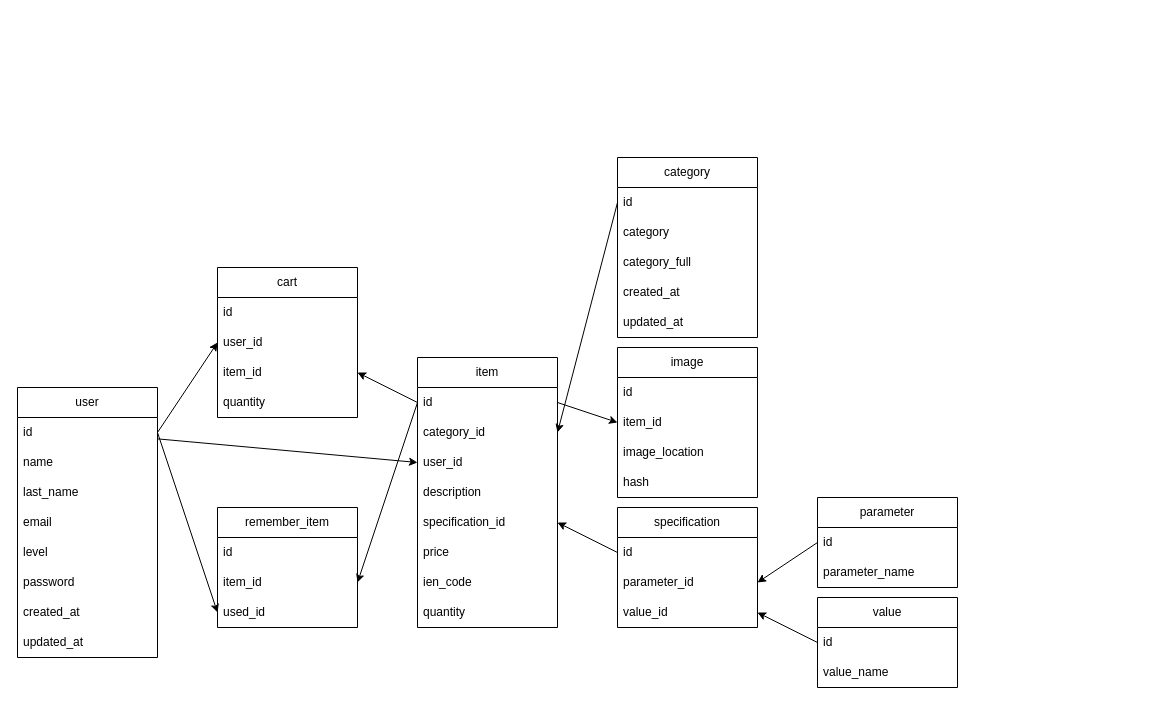
Earlier version of the draw.io diagram drawio/db.drawio (AugustasPauzas/BD1). Source tidied: cells renumbered, new cells numbered last; positions are measured from the earlier drawing's top-left corner, leaving out a move shared by most shapes. Both pictures are drawn from the tidied source at 100%, with x=0, y=0 at pixel (17, 157).
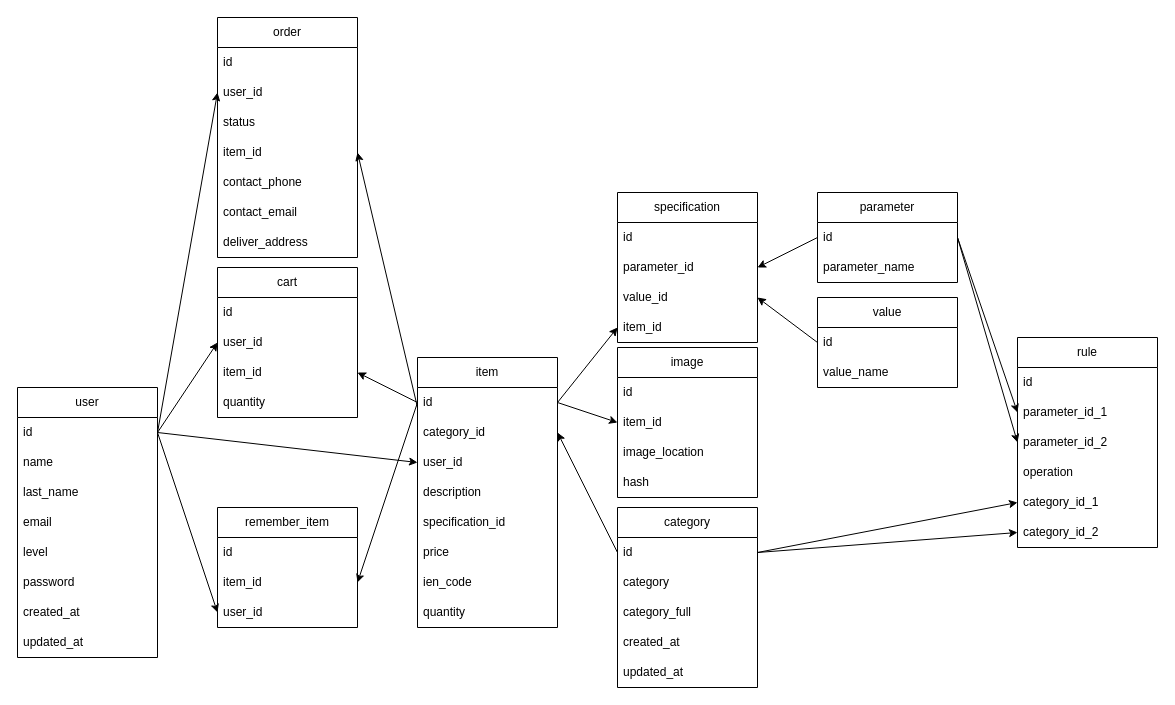
The same page after the edit.

Unchanged cells that the change refers to:
```xml
<mxCell id="3" value="id" style="text;strokeColor=none;fillColor=none;align=left;verticalAlign=middle;spacingLeft=4;spacingRight=4;overflow=hidden;points=[[0,0.5],[1,0.5]];portConstraint=eastwest;whiteSpace=wrap;html=1;" parent="2" vertex="1">
  <mxGeometry y="30" width="140" height="30" as="geometry" />
</mxCell>
<mxCell id="12" value="id" style="text;strokeColor=none;fillColor=none;align=left;verticalAlign=middle;spacingLeft=4;spacingRight=4;overflow=hidden;points=[[0,0.5],[1,0.5]];portConstraint=eastwest;whiteSpace=wrap;html=1;" parent="11" vertex="1">
  <mxGeometry y="30" width="140" height="30" as="geometry" />
</mxCell>
<mxCell id="14" value="user_id" style="text;strokeColor=none;fillColor=none;align=left;verticalAlign=middle;spacingLeft=4;spacingRight=4;overflow=hidden;points=[[0,0.5],[1,0.5]];portConstraint=eastwest;whiteSpace=wrap;html=1;" parent="11" vertex="1">
  <mxGeometry y="90" width="140" height="30" as="geometry" />
</mxCell>
<mxCell id="16" value="specification_id" style="text;strokeColor=none;fillColor=none;align=left;verticalAlign=middle;spacingLeft=4;spacingRight=4;overflow=hidden;points=[[0,0.5],[1,0.5]];portConstraint=eastwest;whiteSpace=wrap;html=1;" parent="11" vertex="1">
  <mxGeometry y="150" width="140" height="30" as="geometry" />
</mxCell>
<mxCell id="21" value="id" style="text;strokeColor=none;fillColor=none;align=left;verticalAlign=middle;spacingLeft=4;spacingRight=4;overflow=hidden;points=[[0,0.5],[1,0.5]];portConstraint=eastwest;whiteSpace=wrap;html=1;" parent="20" vertex="1">
  <mxGeometry y="30" width="140" height="30" as="geometry" />
</mxCell>
<mxCell id="36" value="id" style="text;strokeColor=none;fillColor=none;align=left;verticalAlign=middle;spacingLeft=4;spacingRight=4;overflow=hidden;points=[[0,0.5],[1,0.5]];portConstraint=eastwest;whiteSpace=wrap;html=1;" parent="35" vertex="1">
  <mxGeometry y="30" width="140" height="30" as="geometry" />
</mxCell>
<mxCell id="40" value="id" style="text;strokeColor=none;fillColor=none;align=left;verticalAlign=middle;spacingLeft=4;spacingRight=4;overflow=hidden;points=[[0,0.5],[1,0.5]];portConstraint=eastwest;whiteSpace=wrap;html=1;" parent="39" vertex="1">
  <mxGeometry y="30" width="140" height="30" as="geometry" />
</mxCell>
<mxCell id="48" value="remember_item" style="swimlane;fontStyle=0;horizontal=1;startSize=30;whiteSpace=wrap;html=1;" parent="1" vertex="1">
  <mxGeometry x="200" y="350" width="140" height="120" as="geometry" />
</mxCell>
```

Change to the diagram source:
```diff
@@
     <mxCell id="20" value="category" style="swimlane;fontStyle=0;horizontal=1;startSize=30;whiteSpace=wrap;html=1;" parent="1" vertex="1">
-      <mxGeometry x="600" width="140" height="180" as="geometry" />
+      <mxGeometry x="600" y="350" width="140" height="180" as="geometry" />
     </mxCell>
@@
-    <mxCell id="33" style="edgeStyle=none;html=1;entryX=0;entryY=0.5;entryDx=0;entryDy=0;" parent="1" edge="1" source="3" target="14">
-      <mxGeometry relative="1" as="geometry" />
+    <mxCell id="33" style="edgeStyle=none;html=1;entryX=0;entryY=0.5;entryDx=0;entryDy=0;" parent="1" edge="1" target="14">
+      <mxGeometry relative="1" as="geometry">
+        <mxPoint x="140" y="275" as="sourcePoint" />
+      </mxGeometry>
     </mxCell>
@@
     <mxCell id="35" value="specification" style="swimlane;fontStyle=0;horizontal=1;startSize=30;whiteSpace=wrap;html=1;" parent="1" vertex="1">
-      <mxGeometry x="600" y="350" width="140" height="120" as="geometry" />
+      <mxGeometry x="600" y="35" width="140" height="150" as="geometry" />
     </mxCell>
@@
+    <mxCell id="60" value="item_id" style="text;strokeColor=none;fillColor=none;align=left;verticalAlign=middle;spacingLeft=4;spacingRight=4;overflow=hidden;points=[[0,0.5],[1,0.5]];portConstraint=eastwest;whiteSpace=wrap;html=1;" parent="35" vertex="1">
+      <mxGeometry y="120" width="140" height="30" as="geometry" />
+    </mxCell>
     <mxCell id="39" value="parameter" style="swimlane;fontStyle=0;horizontal=1;startSize=30;whiteSpace=wrap;html=1;" parent="1" vertex="1">
-      <mxGeometry x="800" y="340" width="140" height="90" as="geometry" />
+      <mxGeometry x="800" y="35" width="140" height="90" as="geometry" />
     </mxCell>
@@
     <mxCell id="42" value="value" style="swimlane;fontStyle=0;horizontal=1;startSize=30;whiteSpace=wrap;html=1;" parent="1" vertex="1">
-      <mxGeometry x="800" y="440" width="140" height="90" as="geometry" />
+      <mxGeometry x="800" y="140" width="140" height="90" as="geometry" />
     </mxCell>
@@
-    <mxCell id="47" style="edgeStyle=none;html=1;entryX=1;entryY=0.5;entryDx=0;entryDy=0;exitX=0;exitY=0.5;exitDx=0;exitDy=0;" parent="1" edge="1" source="36" target="16">
-      <mxGeometry relative="1" as="geometry" />
-    </mxCell>
@@
-    <mxCell id="51" value="used_id" style="text;strokeColor=none;fillColor=none;align=left;verticalAlign=middle;spacingLeft=4;spacingRight=4;overflow=hidden;points=[[0,0.5],[1,0.5]];portConstraint=eastwest;whiteSpace=wrap;html=1;" parent="48" vertex="1">
+    <mxCell id="51" value="user_id" style="text;strokeColor=none;fillColor=none;align=left;verticalAlign=middle;spacingLeft=4;spacingRight=4;overflow=hidden;points=[[0,0.5],[1,0.5]];portConstraint=eastwest;whiteSpace=wrap;html=1;" parent="48" vertex="1">
       <mxGeometry y="90" width="140" height="30" as="geometry" />
     </mxCell>
@@
+    <mxCell id="47" style="edgeStyle=none;html=1;entryX=0;entryY=0.5;entryDx=0;entryDy=0;exitX=1;exitY=0.5;exitDx=0;exitDy=0;" parent="1" edge="1" source="12" target="60">
+      <mxGeometry relative="1" as="geometry" />
+    </mxCell>
+    <mxCell id="61" value="order" style="swimlane;fontStyle=0;horizontal=1;startSize=30;whiteSpace=wrap;html=1;" parent="1" vertex="1">
+      <mxGeometry x="200" y="-140" width="140" height="240" as="geometry" />
+    </mxCell>
+    <mxCell id="62" value="id" style="text;strokeColor=none;fillColor=none;align=left;verticalAlign=middle;spacingLeft=4;spacingRight=4;overflow=hidden;whiteSpace=wrap;html=1;" parent="61" vertex="1">
+      <mxGeometry y="30" width="140" height="30" as="geometry" />
+    </mxCell>
+    <mxCell id="63" value="user_id" style="text;strokeColor=none;fillColor=none;align=left;verticalAlign=middle;spacingLeft=4;spacingRight=4;overflow=hidden;points=[[0,0.5],[1,0.5]];portConstraint=eastwest;whiteSpace=wrap;html=1;" parent="61" vertex="1">
+      <mxGeometry y="60" width="140" height="30" as="geometry" />
+    </mxCell>
+    <mxCell id="64" value="status" style="text;strokeColor=none;fillColor=none;align=left;verticalAlign=middle;spacingLeft=4;spacingRight=4;overflow=hidden;whiteSpace=wrap;html=1;" parent="61" vertex="1">
+      <mxGeometry y="90" width="140" height="30" as="geometry" />
+    </mxCell>
+    <mxCell id="65" value="item_id" style="text;strokeColor=none;fillColor=none;align=left;verticalAlign=middle;spacingLeft=4;spacingRight=4;overflow=hidden;points=[[0,0.5],[1,0.5]];portConstraint=eastwest;whiteSpace=wrap;html=1;" parent="61" vertex="1">
+      <mxGeometry y="120" width="140" height="30" as="geometry" />
+    </mxCell>
+    <mxCell id="66" value="contact_phone" style="text;strokeColor=none;fillColor=none;align=left;verticalAlign=middle;spacingLeft=4;spacingRight=4;overflow=hidden;whiteSpace=wrap;html=1;" parent="61" vertex="1">
+      <mxGeometry y="150" width="140" height="30" as="geometry" />
+    </mxCell>
+    <mxCell id="67" value="contact_email" style="text;strokeColor=none;fillColor=none;align=left;verticalAlign=middle;spacingLeft=4;spacingRight=4;overflow=hidden;whiteSpace=wrap;html=1;" parent="61" vertex="1">
+      <mxGeometry y="180" width="140" height="30" as="geometry" />
+    </mxCell>
+    <mxCell id="68" value="deliver_address" style="text;strokeColor=none;fillColor=none;align=left;verticalAlign=middle;spacingLeft=4;spacingRight=4;overflow=hidden;whiteSpace=wrap;html=1;" parent="61" vertex="1">
+      <mxGeometry y="210" width="140" height="30" as="geometry" />
+    </mxCell>
+    <mxCell id="69" value="rule" style="swimlane;fontStyle=0;horizontal=1;startSize=30;whiteSpace=wrap;html=1;" parent="1" vertex="1">
+      <mxGeometry x="1000" y="180" width="140" height="210" as="geometry" />
+    </mxCell>
+    <mxCell id="70" value="id" style="text;strokeColor=none;fillColor=none;align=left;verticalAlign=middle;spacingLeft=4;spacingRight=4;overflow=hidden;whiteSpace=wrap;html=1;" parent="69" vertex="1">
+      <mxGeometry y="30" width="140" height="30" as="geometry" />
+    </mxCell>
+    <mxCell id="71" value="parameter_id_1" style="text;strokeColor=none;fillColor=none;align=left;verticalAlign=middle;spacingLeft=4;spacingRight=4;overflow=hidden;points=[[0,0.5],[1,0.5]];portConstraint=eastwest;whiteSpace=wrap;html=1;" parent="69" vertex="1">
+      <mxGeometry y="60" width="140" height="30" as="geometry" />
+    </mxCell>
+    <mxCell id="72" value="parameter_id_2" style="text;strokeColor=none;fillColor=none;align=left;verticalAlign=middle;spacingLeft=4;spacingRight=4;overflow=hidden;points=[[0,0.5],[1,0.5]];portConstraint=eastwest;whiteSpace=wrap;html=1;" parent="69" vertex="1">
+      <mxGeometry y="90" width="140" height="30" as="geometry" />
+    </mxCell>
+    <mxCell id="73" value="operation" style="text;strokeColor=none;fillColor=none;align=left;verticalAlign=middle;spacingLeft=4;spacingRight=4;overflow=hidden;whiteSpace=wrap;html=1;" parent="69" vertex="1">
+      <mxGeometry y="120" width="140" height="30" as="geometry" />
+    </mxCell>
+    <mxCell id="74" value="category_id_1" style="text;strokeColor=none;fillColor=none;align=left;verticalAlign=middle;spacingLeft=4;spacingRight=4;overflow=hidden;points=[[0,0.5],[1,0.5]];portConstraint=eastwest;whiteSpace=wrap;html=1;" parent="69" vertex="1">
+      <mxGeometry y="150" width="140" height="30" as="geometry" />
+    </mxCell>
+    <mxCell id="75" value="category_id_2" style="text;strokeColor=none;fillColor=none;align=left;verticalAlign=middle;spacingLeft=4;spacingRight=4;overflow=hidden;points=[[0,0.5],[1,0.5]];portConstraint=eastwest;whiteSpace=wrap;html=1;" parent="69" vertex="1">
+      <mxGeometry y="180" width="140" height="30" as="geometry" />
+    </mxCell>
+    <mxCell id="76" style="edgeStyle=none;html=1;entryX=0;entryY=0.5;entryDx=0;entryDy=0;exitX=1;exitY=0.5;exitDx=0;exitDy=0;" parent="1" edge="1" source="40" target="71">
+      <mxGeometry relative="1" as="geometry" />
+    </mxCell>
+    <mxCell id="77" style="edgeStyle=none;html=1;entryX=0;entryY=0.5;entryDx=0;entryDy=0;exitX=1;exitY=0.5;exitDx=0;exitDy=0;" parent="1" edge="1" source="40" target="72">
+      <mxGeometry relative="1" as="geometry" />
+    </mxCell>
+    <mxCell id="78" style="edgeStyle=none;html=1;entryX=0;entryY=0.5;entryDx=0;entryDy=0;exitX=1;exitY=0.5;exitDx=0;exitDy=0;" parent="1" edge="1" source="21" target="74">
+      <mxGeometry relative="1" as="geometry" />
+    </mxCell>
+    <mxCell id="79" style="edgeStyle=none;html=1;entryX=0;entryY=0.5;entryDx=0;entryDy=0;exitX=1;exitY=0.5;exitDx=0;exitDy=0;" parent="1" edge="1" source="21" target="75">
+      <mxGeometry relative="1" as="geometry" />
+    </mxCell>
+    <mxCell id="80" style="edgeStyle=none;html=1;entryX=0;entryY=0.5;entryDx=0;entryDy=0;exitX=1;exitY=0.5;exitDx=0;exitDy=0;" parent="1" edge="1" source="3" target="63">
+      <mxGeometry relative="1" as="geometry" />
+    </mxCell>
+    <mxCell id="81" style="edgeStyle=none;html=1;entryX=1;entryY=0.5;entryDx=0;entryDy=0;" parent="1" edge="1" target="65">
+      <mxGeometry relative="1" as="geometry">
+        <mxPoint x="400" y="250" as="sourcePoint" />
+      </mxGeometry>
+    </mxCell>
```
